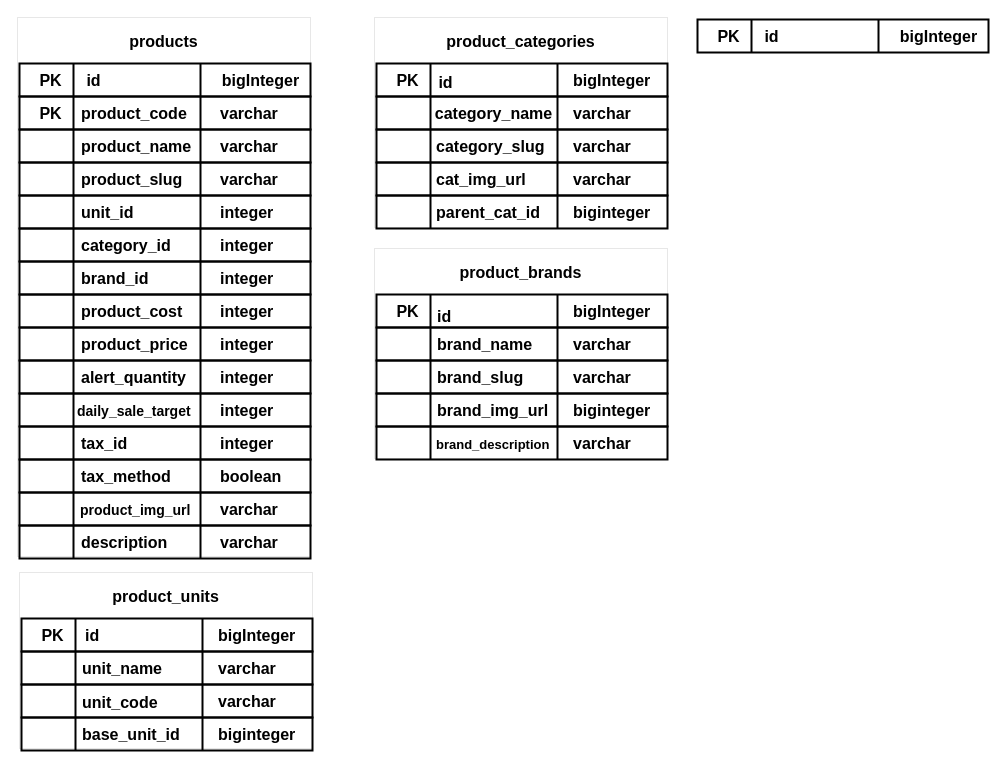
Before: page "products" (1 of 2) of inventory_db.drawio in efthakhar/inventory_sytem_database_design, a draw.io diagram. Source tidied: cells renumbered, new cells numbered last; positions are measured from the earlier drawing's top-left corner, leaving out a move shared by most shapes. Both pictures are drawn from the tidied source at 100%, with x=0, y=0 at pixel (17, 17).
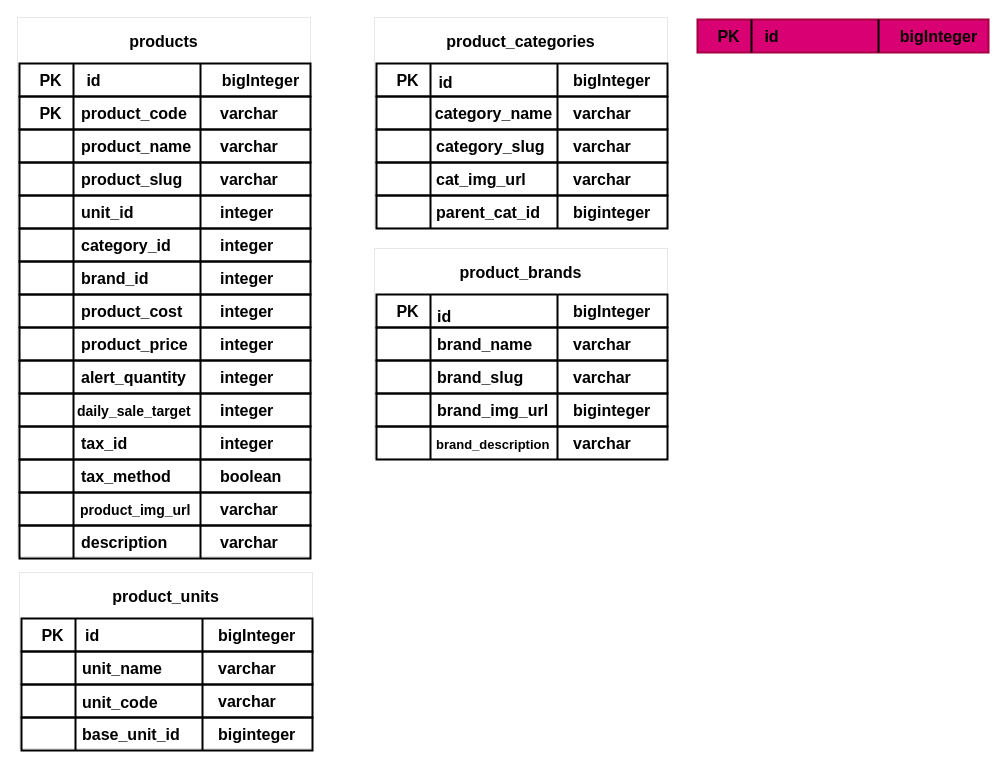
After the change.

Commit message (it also covers changes not shown here):
deleting sample entity row

What changed in the source:
```diff
@@
-    <mxCell id="2" style="rounded=0;whiteSpace=wrap;html=1;labelBorderColor=none;fontSize=12;fontColor=default;strokeColor=#000000;strokeWidth=2;fillColor=none;flipV=0;flipH=1;rotation=0;" parent="1" vertex="1">
+    <mxCell id="2" style="rounded=0;whiteSpace=wrap;html=1;labelBorderColor=none;fontSize=12;fontColor=#ffffff;strokeColor=#A50040;strokeWidth=2;fillColor=#d80073;flipV=0;flipH=1;rotation=0;" parent="1" vertex="1">
       <mxGeometry x="680" y="2" width="291" height="33" as="geometry" />
     </mxCell>
```
